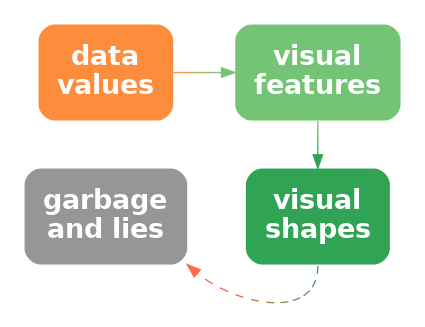
Above: Diagrams/data-vis-shape-lie.png in pmur002/hdvw (Graphviz), before the change. Its source is kept beside it as Diagrams/data-vis-shape-lie.dot.
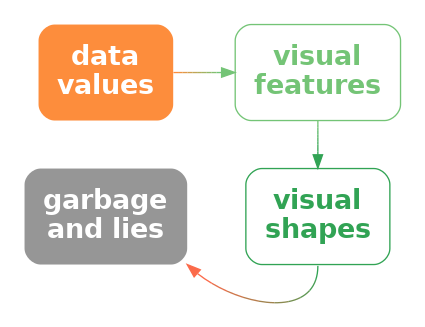
After the commit.

Diff of the diagram source:
```diff
@@ -4,12 +4,12 @@
   data [ label="data\nvalues"; shape=box; style="filled, rounded"; penwidth=0; fontcolor=white; fillcolor="#FD8D3C" ]
   lie [ label="garbage\nand lies"; shape=box; style="filled, rounded"; penwidth=0; fontcolor=white; fillcolor="#969696" ]
   vis [ label="visual\nfeatures"; shape=box;
-     style="filled, rounded"; penwidth=0; fontcolor=white; fillcolor="#74C476" ]
+     style="rounded"; color="#74C476"; fontcolor="#74C476" ]
   shape [ label="visual\nshapes"; shape=box;
-       style="filled, rounded"; penwidth=0; fontcolor=white; fillcolor="#31A354" ]
-  data -> vis [ color="#FD8D3C;0.1:#EE9342;0.1:#DF9949;0.1:#CF9F4F;0.1:#C0A556;0.1:#B1AC5C;0.1:#A2B263;0.1:#92B869;0.1:#83BE70;0.1:#74C476;0.1" ]
-  vis -> shape [ color="#74C476;0.1:#6DC072;0.1:#65BD6E;0.1:#5EB96B;0.1:#56B567;0.1:#4FB263;0.1:#47AE5F;0.1:#40AA5C;0.1:#38A758;0.1:#31A354;0.1" ]
-  shape:s -> lie:se [ style="dashed", color="#31A354;0.1:#479D53;0.1:#5E9652;0.1:#749051;0.1:#8B8A50;0.1:#A1834E;0.1:#B87D4D;0.1:#CE774C;0.1:#E5704B;0.1:#FB6A4A;0.1" ]
+       style="rounded"; color="#31A354"; fontcolor="#31A354" ]
+  data -> vis [ style="bold"; penwidth=1; color="#FD8D3C;0.1:#EE9342;0.1:#DF9949;0.1:#CF9F4F;0.1:#C0A556;0.1:#B1AC5C;0.1:#A2B263;0.1:#92B869;0.1:#83BE70;0.1:#74C476;0.1" ]
+  vis -> shape [ style="solid", color="#74C476;0.1:#6DC072;0.1:#65BD6E;0.1:#5EB96B;0.1:#56B567;0.1:#4FB263;0.1:#47AE5F;0.1:#40AA5C;0.1:#38A758;0.1:#31A354;0.1" ]
+  shape:s -> lie:se [ style="solid", color="#31A354;0.1:#479D53;0.1:#5E9652;0.1:#749051;0.1:#8B8A50;0.1:#A1834E;0.1:#B87D4D;0.1:#CE774C;0.1:#E5704B;0.1:#FB6A4A;0.1" ]
 { rank=same; data, lie }
 { rank=same; vis, shape }
 }
```
